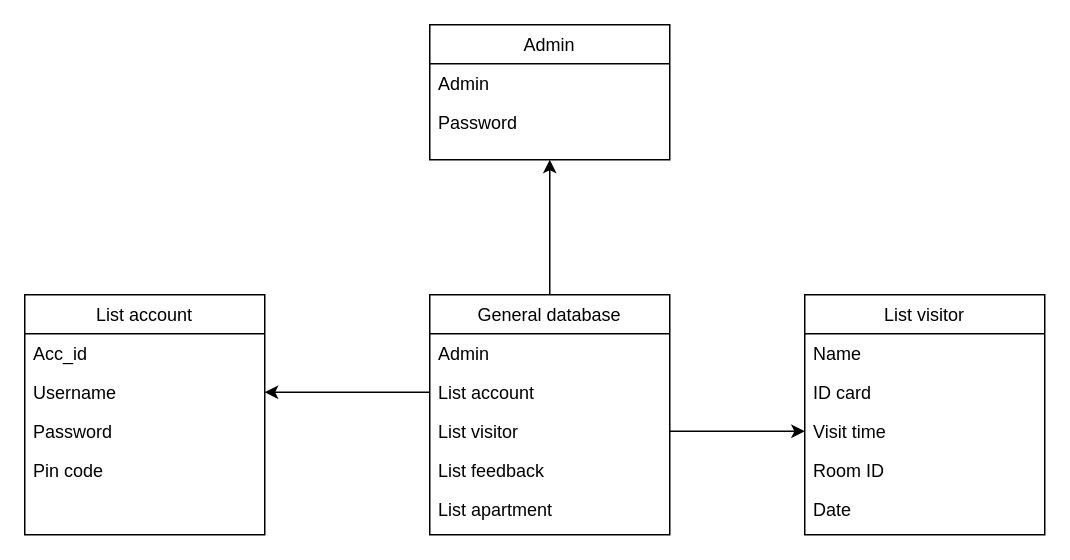
The draw.io diagram diagram/Class Diagram.drawio in duongminhthanh/app_system_management_visitor_for_old_aparment, before the edit. Source tidied: cells renumbered, new cells numbered last; positions are measured from the earlier drawing's top-left corner, leaving out a move shared by most shapes. Both pictures are drawn from the tidied source at 150%, with x=0, y=0 at pixel (24, 24).
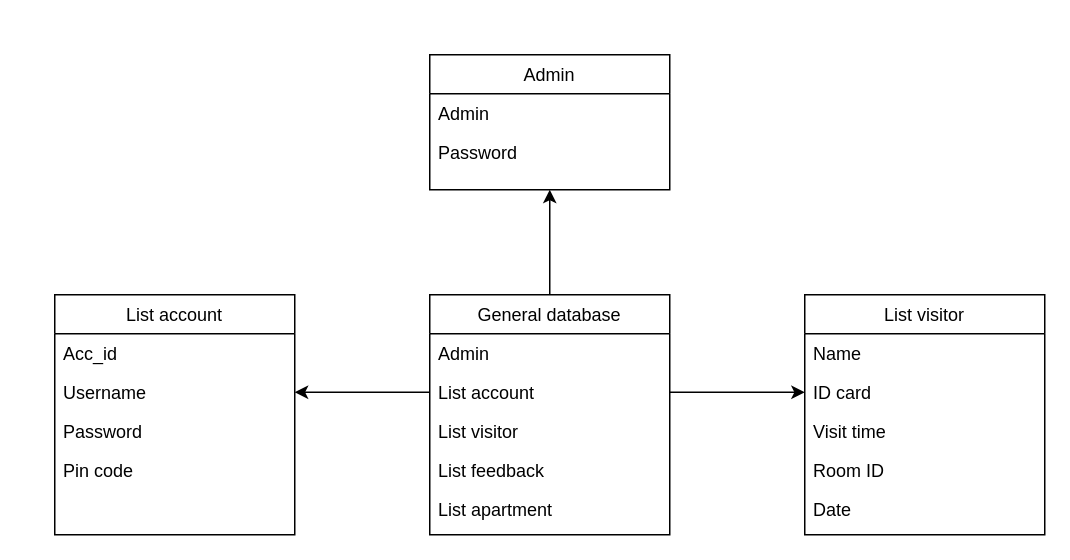
The same diagram, later.

The change refers to these unchanged cells:
```xml
<mxCell id="10" value="List account" style="text;align=left;verticalAlign=top;spacingLeft=4;spacingRight=4;overflow=hidden;points=[[0,0.5],[1,0.5]];portConstraint=eastwest;rounded=0;shadow=0;html=0;" parent="8" vertex="1">
  <mxGeometry y="52" width="160" height="26" as="geometry" />
</mxCell>
<mxCell id="11" value="List visitor" style="text;align=left;verticalAlign=top;spacingLeft=4;spacingRight=4;overflow=hidden;points=[[0,0.5],[1,0.5]];portConstraint=eastwest;rounded=0;shadow=0;html=0;" parent="8" vertex="1">
  <mxGeometry y="78" width="160" height="26" as="geometry" />
</mxCell>
<mxCell id="19" value="ID card" style="text;align=left;verticalAlign=top;spacingLeft=4;spacingRight=4;overflow=hidden;points=[[0,0.5],[1,0.5]];portConstraint=eastwest;rounded=0;shadow=0;html=0;" parent="17" vertex="1">
  <mxGeometry y="52" width="160" height="26" as="geometry" />
</mxCell>
<mxCell id="20" value="Visit time" style="text;align=left;verticalAlign=top;spacingLeft=4;spacingRight=4;overflow=hidden;points=[[0,0.5],[1,0.5]];portConstraint=eastwest;rounded=0;shadow=0;html=0;" parent="17" vertex="1">
  <mxGeometry y="78" width="160" height="26" as="geometry" />
</mxCell>
```

Diff of the diagram source:
```diff
@@
     <mxCell id="2" value="List account" style="swimlane;fontStyle=0;align=center;verticalAlign=top;horizontal=1;startSize=26;rounded=0;shadow=0;strokeWidth=1;" parent="1" vertex="1">
-      <mxGeometry y="180" width="160" height="160" as="geometry" />
+      <mxGeometry x="20" y="180" width="160" height="160" as="geometry" />
     </mxCell>
@@
     <mxCell id="14" value="Admin" style="swimlane;fontStyle=0;align=center;verticalAlign=top;horizontal=1;startSize=26;rounded=0;shadow=0;strokeWidth=1;" parent="1" vertex="1">
-      <mxGeometry x="270" width="160" height="90" as="geometry" />
+      <mxGeometry x="270" y="20" width="160" height="90" as="geometry" />
     </mxCell>
@@
-    <mxCell id="24" style="edgeStyle=orthogonalEdgeStyle;rounded=0;jettySize=auto;html=1;entryX=0;entryY=0.5;entryDx=0;entryDy=0;" parent="1" edge="1" source="11" target="20">
-      <mxGeometry relative="1" as="geometry" />
-    </mxCell>
+    <mxCell id="25" style="edgeStyle=orthogonalEdgeStyle;rounded=0;jettySize=auto;html=1;entryX=0;entryY=0.5;entryDx=0;entryDy=0;" parent="1" edge="1" source="10" target="19">
+      <mxGeometry relative="1" as="geometry" />
+    </mxCell>
```
